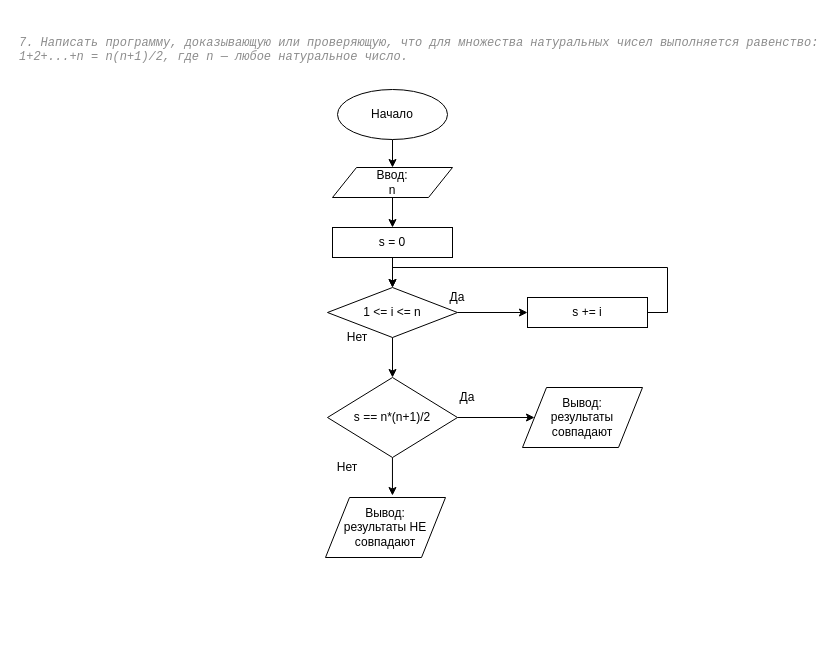
Before: page "task_7" (7 of 9) of les2/dz_2/les_2.drawio in damkh/gb_py_alg_2020-07, a draw.io diagram. Source tidied: cells renumbered, new cells numbered last; positions are measured from the earlier drawing's top-left corner, leaving out a move shared by most shapes. Both pictures are drawn from the tidied source at 100%, with x=0, y=0 at pixel (17, 17).
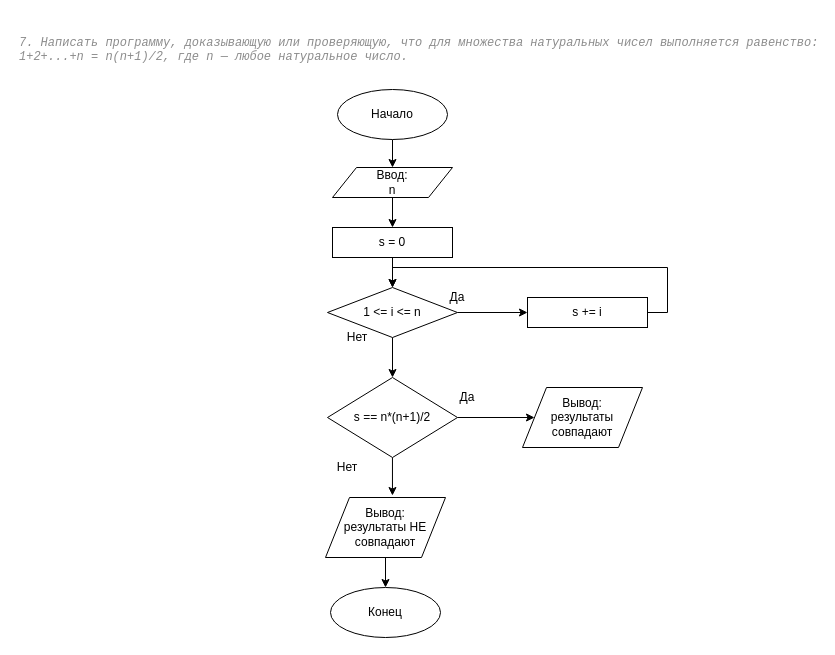
The same diagram, later.

The change refers to these unchanged cells:
```xml
<mxCell id="22" value="&lt;div&gt;Вывод:&lt;/div&gt;&lt;div&gt;результаты НЕ совпадают&lt;br&gt;&lt;/div&gt;" style="shape=parallelogram;perimeter=parallelogramPerimeter;whiteSpace=wrap;html=1;" parent="1" vertex="1">
  <mxGeometry x="308" y="480" width="120" height="60" as="geometry" />
</mxCell>
```

Change to the diagram source:
```diff
@@
+    <mxCell id="23" style="edgeStyle=orthogonalEdgeStyle;rounded=0;jettySize=auto;html=1;entryX=0.5;entryY=0;entryDx=0;entryDy=0;" parent="1" edge="1" source="22" target="24">
+      <mxGeometry relative="1" as="geometry" />
+    </mxCell>
@@
+    <mxCell id="24" value="&lt;div&gt;Конец&lt;/div&gt;" style="ellipse;whiteSpace=wrap;html=1;" parent="1" vertex="1">
+      <mxGeometry x="313" y="570" width="110" height="50" as="geometry" />
+    </mxCell>
```
